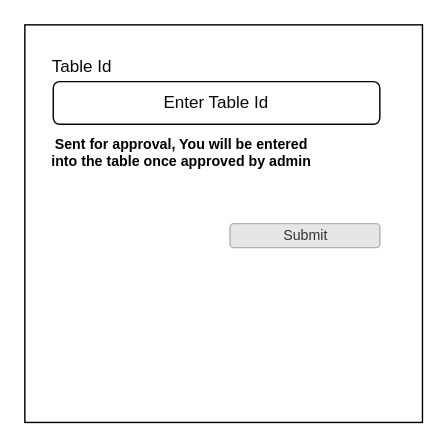
Above: page "User: Join Table" (3 of 4) of demos/flashgame.drawio in shivangsanghi/demos (draw.io), before the change. Source tidied: cells renumbered, new cells numbered last; positions are measured from the earlier drawing's top-left corner, leaving out a move shared by most shapes. Both pictures are drawn from the tidied source at 142%, with x=0, y=0 at pixel (24, 24).
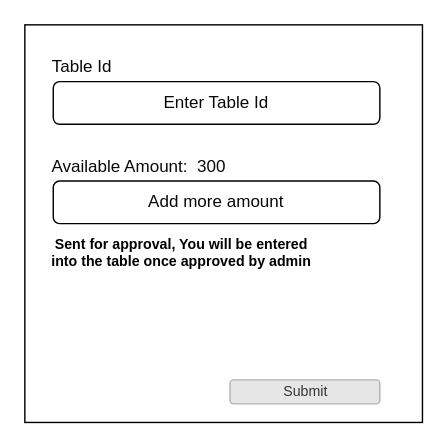
The same page after the edit.

Change to the diagram source:
```diff
@@
 <mxGraphModel>
   <root>
     <mxCell id="0" />
     <mxCell id="1" parent="0" />
     <mxCell id="2" style="whiteSpace=wrap;html=1;fontColor=#080808;" parent="1" vertex="1">
       <mxGeometry width="280" height="280" as="geometry" />
     </mxCell>
     <mxCell id="3" value="Table Id" style="text;html=1;align=center;verticalAlign=middle;fontColor=#080808;" parent="1" vertex="1">
       <mxGeometry x="10" y="20" width="60" height="20" as="geometry" />
     </mxCell>
     <mxCell id="4" value="Enter Table Id" style="rounded=1;whiteSpace=wrap;html=1;fontColor=#080808;" parent="1" vertex="1">
       <mxGeometry x="20" y="40" width="230" height="30" as="geometry" />
     </mxCell>
     <mxCell id="5" value="Submit" style="rounded=1;html=1;shadow=0;dashed=0;whiteSpace=wrap;fontSize=10;fillColor=#E6E6E6;align=center;strokeColor=#B3B3B3;fontColor=#333333;" parent="1" vertex="1">
-      <mxGeometry x="144.5" y="140" width="105.5" height="16.9" as="geometry" />
+      <mxGeometry x="144.5" y="250" width="105.5" height="16.9" as="geometry" />
     </mxCell>
     <mxCell id="6" value="Sent for approval, You will be entered &lt;br&gt;into the table once approved by admin" style="text;strokeColor=none;fillColor=none;html=1;fontSize=10;fontStyle=1;verticalAlign=middle;align=center;" parent="1" vertex="1">
-      <mxGeometry x="60" y="70" width="100" height="40" as="geometry" />
+      <mxGeometry x="60" y="140" width="100" height="40" as="geometry" />
     </mxCell>
+    <mxCell id="7" value="Add more amount" style="rounded=1;whiteSpace=wrap;html=1;fontColor=#080808;" parent="1" vertex="1">
+      <mxGeometry x="20" y="110" width="230" height="30" as="geometry" />
+    </mxCell>
+    <mxCell id="8" value="Available Amount:&amp;nbsp; 300" style="text;html=1;align=center;verticalAlign=middle;fontColor=#080808;" parent="1" vertex="1">
+      <mxGeometry x="10" y="90" width="140" height="20" as="geometry" />
+    </mxCell>
   </root>
 </mxGraphModel>
```
